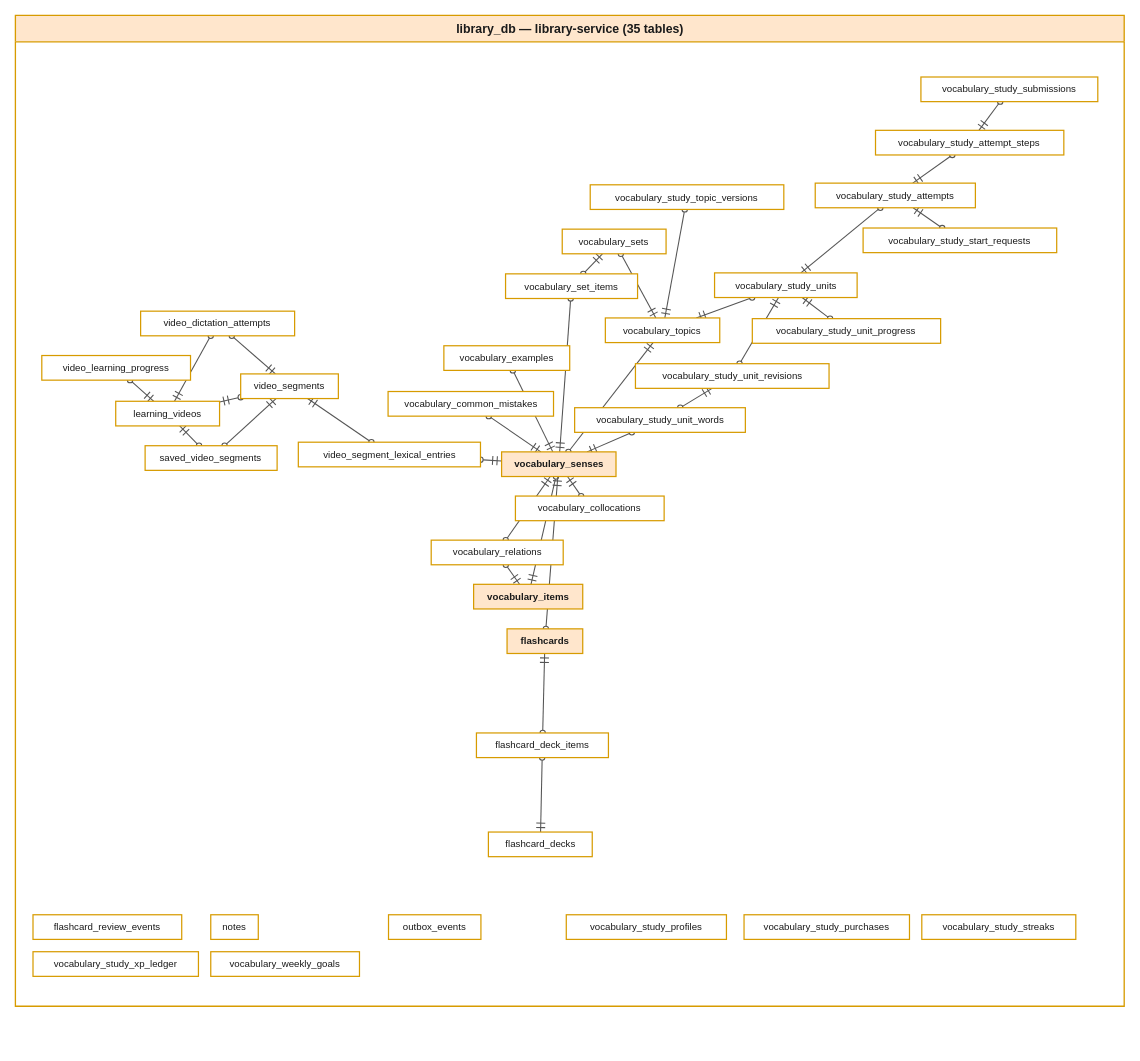
IeltsPath-Platform/report keeps this draw.io diagram as report-4-software-design-specification/diagrams/erd/er-all-library.drawio. Above is the earlier version. Source tidied: cells renumbered, new cells numbered last; positions are measured from the earlier drawing's top-left corner, leaving out a move shared by most shapes. Both pictures are drawn from the tidied source at 88%, with x=0, y=0 at pixel (15, 15).
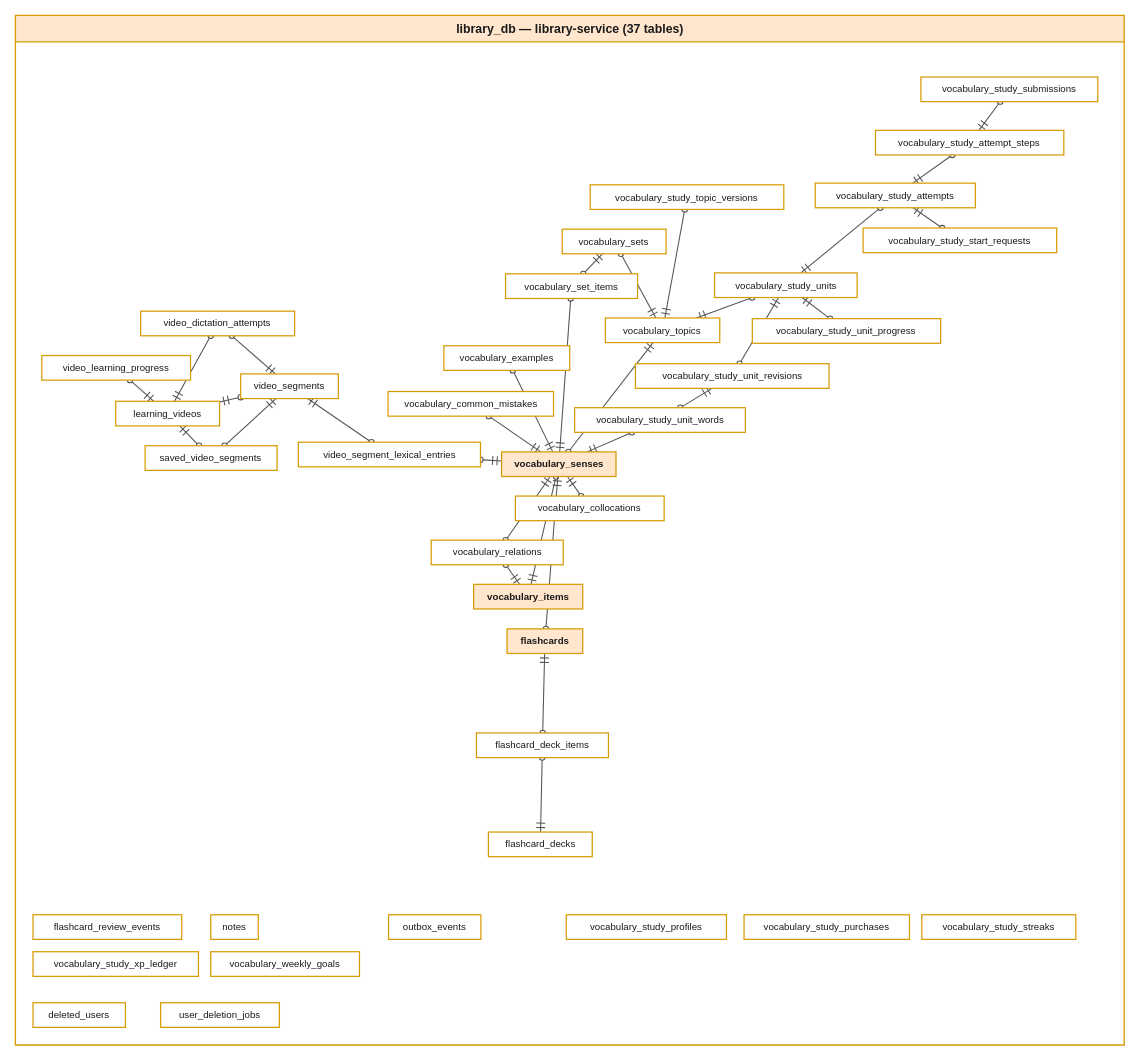
Above is the later version.

Diff of the diagram source:
```diff
@@
-    <mxCell id="2" value="library_db — library-service (35 tables)" style="swimlane;startSize=30;fontSize=14;fontStyle=1;fontFamily=Helvetica;fontColor=#1a1a1a;fillColor=#ffe6cc;strokeColor=#d79b00;swimlaneFillColor=#ffffff;strokeWidth=1.5;html=1;" parent="1" vertex="1">
-      <mxGeometry width="1260" height="1126" as="geometry" />
+    <mxCell id="2" value="library_db — library-service (37 tables)" style="swimlane;startSize=30;fontSize=14;fontStyle=1;fontFamily=Helvetica;fontColor=#1a1a1a;fillColor=#ffe6cc;strokeColor=#d79b00;swimlaneFillColor=#ffffff;strokeWidth=1.5;html=1;" parent="1" vertex="1">
+      <mxGeometry width="1260" height="1170" as="geometry" />
     </mxCell>
@@
+    <mxCell id="69" value="deleted_users" style="rounded=0;html=1;whiteSpace=wrap;fontSize=11;fontFamily=Helvetica;fontColor=#1a1a1a;fillColor=#ffffff;strokeColor=#d79b00;strokeWidth=1.4;fontStyle=0;" parent="1" vertex="1">
+      <mxGeometry x="20" y="1122" width="105" height="28" as="geometry" />
+    </mxCell>
+    <mxCell id="70" value="user_deletion_jobs" style="rounded=0;html=1;whiteSpace=wrap;fontSize=11;fontFamily=Helvetica;fontColor=#1a1a1a;fillColor=#ffffff;strokeColor=#d79b00;strokeWidth=1.4;fontStyle=0;" parent="1" vertex="1">
+      <mxGeometry x="165" y="1122" width="135" height="28" as="geometry" />
+    </mxCell>
```
